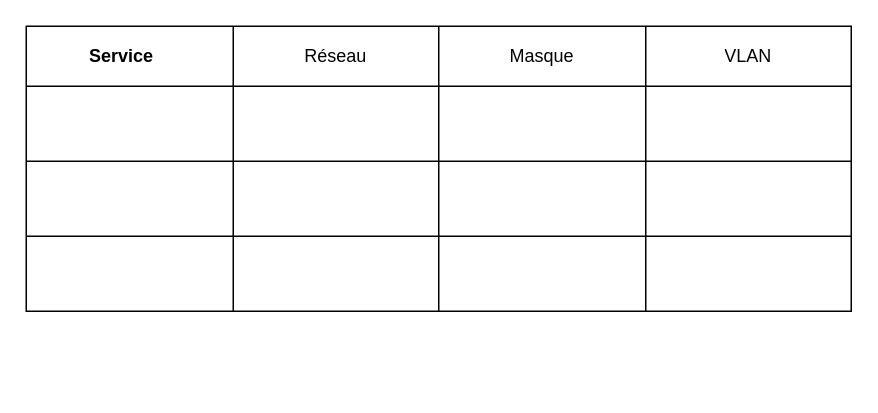
Before: ISCOD_projet.drawio in Emusimbwa/Etsha-Musimbwa, a draw.io diagram. Source tidied: cells renumbered, new cells numbered last; positions are measured from the earlier drawing's top-left corner, leaving out a move shared by most shapes. Both pictures are drawn from the tidied source at 150%, with x=0, y=0 at pixel (26, 26).
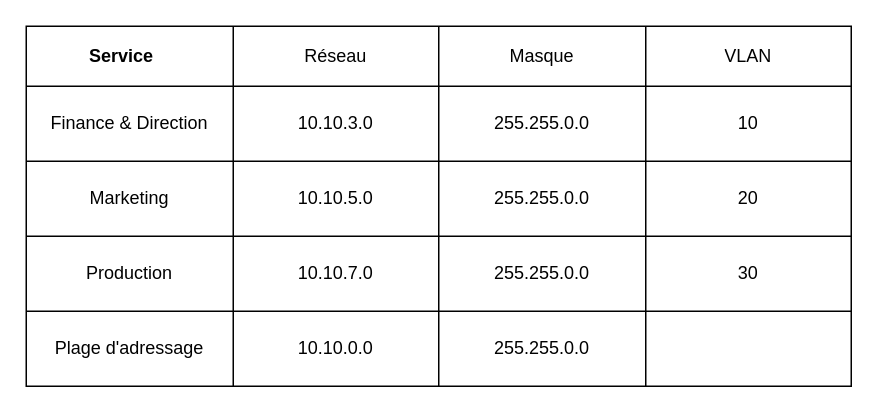
After the change.

Commit message (it also covers changes not shown here):
Mettre à jour ISCOD_projet.drawio

The change refers to these unchanged cells:
```xml
<mxCell id="8" style="shape=tableRow;horizontal=0;startSize=0;swimlaneHead=0;swimlaneBody=0;strokeColor=inherit;top=0;left=0;bottom=0;right=0;fillColor=none;" parent="2" vertex="1">
  <mxGeometry y="40" width="550" height="50" as="geometry" />
</mxCell>
<mxCell id="13" style="shape=tableRow;horizontal=0;startSize=0;swimlaneHead=0;swimlaneBody=0;strokeColor=inherit;top=0;left=0;bottom=0;right=0;fillColor=none;" parent="2" vertex="1">
  <mxGeometry y="90" width="550" height="50" as="geometry" />
</mxCell>
<mxCell id="18" style="shape=tableRow;horizontal=0;startSize=0;swimlaneHead=0;swimlaneBody=0;strokeColor=inherit;top=0;left=0;bottom=0;right=0;fillColor=none;" parent="2" vertex="1">
  <mxGeometry y="140" width="550" height="50" as="geometry" />
</mxCell>
```

What changed in the source:
```diff
@@
     <mxCell id="2" style="shape=table;startSize=0;childLayout=tableLayout;" parent="1" vertex="1">
-      <mxGeometry width="550" height="190" as="geometry" />
+      <mxGeometry width="550" height="240" as="geometry" />
     </mxCell>
@@
-    <mxCell id="9" style="shape=partialRectangle;html=1;whiteSpace=wrap;strokeColor=inherit;overflow=hidden;fillColor=none;top=0;left=0;bottom=0;right=0;" parent="8" vertex="1">
+    <mxCell id="9" value="Finance &amp;amp; Direction" style="shape=partialRectangle;html=1;whiteSpace=wrap;strokeColor=inherit;overflow=hidden;fillColor=none;top=0;left=0;bottom=0;right=0;" parent="8" vertex="1">
       <mxGeometry width="138" height="50" as="geometry" />
     </mxCell>
-    <mxCell id="10" style="shape=partialRectangle;html=1;whiteSpace=wrap;strokeColor=inherit;overflow=hidden;fillColor=none;top=0;left=0;bottom=0;right=0;" parent="8" vertex="1">
+    <mxCell id="10" value="10.10.3.0" style="shape=partialRectangle;html=1;whiteSpace=wrap;strokeColor=inherit;overflow=hidden;fillColor=none;top=0;left=0;bottom=0;right=0;" parent="8" vertex="1">
       <mxGeometry x="138" width="137" height="50" as="geometry" />
     </mxCell>
-    <mxCell id="11" style="shape=partialRectangle;html=1;whiteSpace=wrap;strokeColor=inherit;overflow=hidden;fillColor=none;top=0;left=0;bottom=0;right=0;" parent="8" vertex="1">
+    <mxCell id="11" value="255.255.0.0" style="shape=partialRectangle;html=1;whiteSpace=wrap;strokeColor=inherit;overflow=hidden;fillColor=none;top=0;left=0;bottom=0;right=0;" parent="8" vertex="1">
       <mxGeometry x="275" width="138" height="50" as="geometry" />
     </mxCell>
-    <mxCell id="12" style="shape=partialRectangle;html=1;whiteSpace=wrap;strokeColor=inherit;overflow=hidden;fillColor=none;top=0;left=0;bottom=0;right=0;" parent="8" vertex="1">
+    <mxCell id="12" value="10" style="shape=partialRectangle;html=1;whiteSpace=wrap;strokeColor=inherit;overflow=hidden;fillColor=none;top=0;left=0;bottom=0;right=0;" parent="8" vertex="1">
       <mxGeometry x="413" width="137" height="50" as="geometry" />
     </mxCell>
@@
-    <mxCell id="14" style="shape=partialRectangle;html=1;whiteSpace=wrap;strokeColor=inherit;overflow=hidden;fillColor=none;top=0;left=0;bottom=0;right=0;" parent="13" vertex="1">
+    <mxCell id="14" value="Marketing" style="shape=partialRectangle;html=1;whiteSpace=wrap;strokeColor=inherit;overflow=hidden;fillColor=none;top=0;left=0;bottom=0;right=0;" parent="13" vertex="1">
       <mxGeometry width="138" height="50" as="geometry" />
     </mxCell>
-    <mxCell id="15" style="shape=partialRectangle;html=1;whiteSpace=wrap;strokeColor=inherit;overflow=hidden;fillColor=none;top=0;left=0;bottom=0;right=0;" parent="13" vertex="1">
+    <mxCell id="15" value="10.10.5.0" style="shape=partialRectangle;html=1;whiteSpace=wrap;strokeColor=inherit;overflow=hidden;fillColor=none;top=0;left=0;bottom=0;right=0;" parent="13" vertex="1">
       <mxGeometry x="138" width="137" height="50" as="geometry" />
     </mxCell>
-    <mxCell id="16" style="shape=partialRectangle;html=1;whiteSpace=wrap;strokeColor=inherit;overflow=hidden;fillColor=none;top=0;left=0;bottom=0;right=0;" parent="13" vertex="1">
+    <mxCell id="16" value="255.255.0.0" style="shape=partialRectangle;html=1;whiteSpace=wrap;strokeColor=inherit;overflow=hidden;fillColor=none;top=0;left=0;bottom=0;right=0;" parent="13" vertex="1">
       <mxGeometry x="275" width="138" height="50" as="geometry" />
     </mxCell>
-    <mxCell id="17" style="shape=partialRectangle;html=1;whiteSpace=wrap;strokeColor=inherit;overflow=hidden;fillColor=none;top=0;left=0;bottom=0;right=0;" parent="13" vertex="1">
+    <mxCell id="17" value="20" style="shape=partialRectangle;html=1;whiteSpace=wrap;strokeColor=inherit;overflow=hidden;fillColor=none;top=0;left=0;bottom=0;right=0;" parent="13" vertex="1">
       <mxGeometry x="413" width="137" height="50" as="geometry" />
     </mxCell>
@@
-    <mxCell id="19" style="shape=partialRectangle;html=1;whiteSpace=wrap;strokeColor=inherit;overflow=hidden;fillColor=none;top=0;left=0;bottom=0;right=0;" parent="18" vertex="1">
+    <mxCell id="19" value="Production" style="shape=partialRectangle;html=1;whiteSpace=wrap;strokeColor=inherit;overflow=hidden;fillColor=none;top=0;left=0;bottom=0;right=0;" parent="18" vertex="1">
       <mxGeometry width="138" height="50" as="geometry" />
     </mxCell>
-    <mxCell id="20" style="shape=partialRectangle;html=1;whiteSpace=wrap;strokeColor=inherit;overflow=hidden;fillColor=none;top=0;left=0;bottom=0;right=0;" parent="18" vertex="1">
+    <mxCell id="20" value="10.10.7.0" style="shape=partialRectangle;html=1;whiteSpace=wrap;strokeColor=inherit;overflow=hidden;fillColor=none;top=0;left=0;bottom=0;right=0;" parent="18" vertex="1">
       <mxGeometry x="138" width="137" height="50" as="geometry" />
     </mxCell>
-    <mxCell id="21" style="shape=partialRectangle;html=1;whiteSpace=wrap;strokeColor=inherit;overflow=hidden;fillColor=none;top=0;left=0;bottom=0;right=0;" parent="18" vertex="1">
+    <mxCell id="21" value="255.255.0.0" style="shape=partialRectangle;html=1;whiteSpace=wrap;strokeColor=inherit;overflow=hidden;fillColor=none;top=0;left=0;bottom=0;right=0;" parent="18" vertex="1">
       <mxGeometry x="275" width="138" height="50" as="geometry" />
     </mxCell>
-    <mxCell id="22" style="shape=partialRectangle;html=1;whiteSpace=wrap;strokeColor=inherit;overflow=hidden;fillColor=none;top=0;left=0;bottom=0;right=0;" parent="18" vertex="1">
+    <mxCell id="22" value="30" style="shape=partialRectangle;html=1;whiteSpace=wrap;strokeColor=inherit;overflow=hidden;fillColor=none;top=0;left=0;bottom=0;right=0;" parent="18" vertex="1">
       <mxGeometry x="413" width="137" height="50" as="geometry" />
     </mxCell>
+    <mxCell id="23" style="shape=tableRow;horizontal=0;startSize=0;swimlaneHead=0;swimlaneBody=0;strokeColor=inherit;top=0;left=0;bottom=0;right=0;fillColor=none;" parent="2" vertex="1">
+      <mxGeometry y="190" width="550" height="50" as="geometry" />
+    </mxCell>
+    <mxCell id="24" value="Plage d'adressage" style="shape=partialRectangle;html=1;whiteSpace=wrap;strokeColor=inherit;overflow=hidden;fillColor=none;top=0;left=0;bottom=0;right=0;" parent="23" vertex="1">
+      <mxGeometry width="138" height="50" as="geometry" />
+    </mxCell>
+    <mxCell id="25" value="10.10.0.0" style="shape=partialRectangle;html=1;whiteSpace=wrap;strokeColor=inherit;overflow=hidden;fillColor=none;top=0;left=0;bottom=0;right=0;" parent="23" vertex="1">
+      <mxGeometry x="138" width="137" height="50" as="geometry" />
+    </mxCell>
+    <mxCell id="26" value="255.255.0.0" style="shape=partialRectangle;html=1;whiteSpace=wrap;strokeColor=inherit;overflow=hidden;fillColor=none;top=0;left=0;bottom=0;right=0;" parent="23" vertex="1">
+      <mxGeometry x="275" width="138" height="50" as="geometry" />
+    </mxCell>
+    <mxCell id="27" style="shape=partialRectangle;html=1;whiteSpace=wrap;strokeColor=inherit;overflow=hidden;fillColor=none;top=0;left=0;bottom=0;right=0;" parent="23" vertex="1">
+      <mxGeometry x="413" width="137" height="50" as="geometry" />
+    </mxCell>
```
